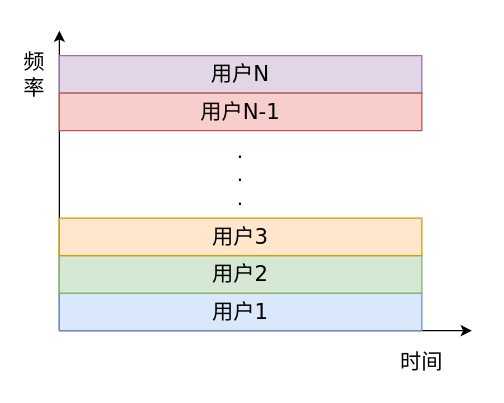
Above: FDMA.drawio in xiaotudoudoudoud/pipilu (draw.io), before the change. Source tidied: cells renumbered, new cells numbered last; positions are measured from the earlier drawing's top-left corner, leaving out a move shared by most shapes. Both pictures are drawn from the tidied source at 125%, with x=0, y=0 at pixel (21, 30).
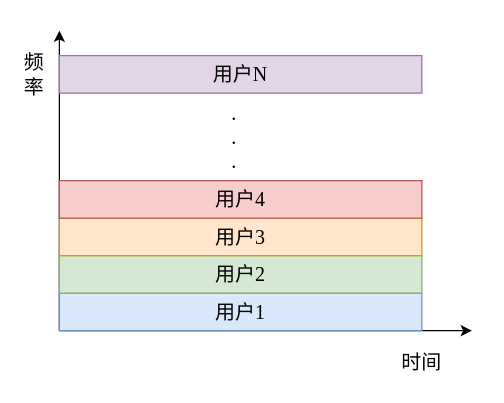
The same diagram, later.

Change to the diagram source:
```diff
@@
 <mxGraphModel>
   <root>
     <mxCell id="0" />
     <mxCell id="1" parent="0" />
     <mxCell id="2" style="endArrow=classic;html=1;rounded=0;" parent="1" edge="1">
       <mxGeometry relative="1" as="geometry">
         <mxPoint x="30" y="240" as="sourcePoint" />
         <mxPoint x="360" y="240" as="targetPoint" />
       </mxGeometry>
     </mxCell>
     <mxCell id="3" style="endArrow=classic;html=1;rounded=0;" parent="1" edge="1">
       <mxGeometry relative="1" as="geometry">
         <mxPoint x="30" y="240" as="sourcePoint" />
         <mxPoint x="30" as="targetPoint" />
       </mxGeometry>
     </mxCell>
-    <mxCell id="4" value="&lt;font style=&quot;font-size: 17px;&quot; face=&quot;Verdana&quot;&gt;用户1&lt;/font&gt;" style="rounded=0;whiteSpace=wrap;html=1;fillColor=#dae8fc;strokeColor=#6c8ebf;" parent="1" vertex="1">
+    <mxCell id="4" value="&lt;font style=&quot;font-size: 16px;&quot;&gt;&lt;span style=&quot;font-family: 宋体;&quot;&gt;&lt;font style=&quot;&quot;&gt;用户&lt;/font&gt;&lt;/span&gt;&lt;span style=&quot;font-family: &amp;quot;Times New Roman&amp;quot;; background-color: transparent; color: light-dark(rgb(0, 0, 0), rgb(255, 255, 255));&quot;&gt;1&lt;/span&gt;&lt;/font&gt;" style="rounded=0;whiteSpace=wrap;html=1;fillColor=#dae8fc;strokeColor=#6c8ebf;" parent="1" vertex="1">
       <mxGeometry x="30" y="210" width="290" height="30" as="geometry" />
     </mxCell>
-    <mxCell id="5" value="&lt;span style=&quot;font-family: Verdana; font-size: 17px;&quot;&gt;用户2&lt;/span&gt;" style="rounded=0;whiteSpace=wrap;html=1;fillColor=#d5e8d4;strokeColor=#82b366;" parent="1" vertex="1">
+    <mxCell id="5" value="&lt;span style=&quot;font-size: 16px; font-family: 宋体;&quot;&gt;用户&lt;/span&gt;&lt;span style=&quot;font-size: 16px;&quot;&gt;&lt;font face=&quot;Times New Roman&quot;&gt;2&lt;/font&gt;&lt;/span&gt;" style="rounded=0;whiteSpace=wrap;html=1;fillColor=#d5e8d4;strokeColor=#82b366;" parent="1" vertex="1">
       <mxGeometry x="30" y="180" width="290" height="30" as="geometry" />
     </mxCell>
-    <mxCell id="6" value="&lt;span style=&quot;font-family: Verdana; font-size: 17px;&quot;&gt;用户3&lt;/span&gt;" style="rounded=0;whiteSpace=wrap;html=1;fillColor=#ffe6cc;strokeColor=#d79b00;" parent="1" vertex="1">
+    <mxCell id="6" value="&lt;span style=&quot;font-size: 16px; font-family: 宋体;&quot;&gt;用户&lt;/span&gt;&lt;span style=&quot;font-size: 16px;&quot;&gt;&lt;font face=&quot;Times New Roman&quot;&gt;3&lt;/font&gt;&lt;/span&gt;" style="rounded=0;whiteSpace=wrap;html=1;fillColor=#ffe6cc;strokeColor=#d79b00;" parent="1" vertex="1">
       <mxGeometry x="30" y="150" width="290" height="30" as="geometry" />
     </mxCell>
-    <mxCell id="7" value="&lt;span style=&quot;font-family: Verdana; font-size: 17px;&quot;&gt;用户N&lt;/span&gt;" style="rounded=0;whiteSpace=wrap;html=1;fillColor=#e1d5e7;strokeColor=#9673a6;" parent="1" vertex="1">
+    <mxCell id="7" value="&lt;span style=&quot;font-size: 16px; font-family: 宋体;&quot;&gt;用户&lt;/span&gt;&lt;span style=&quot;font-size: 16px;&quot;&gt;&lt;font face=&quot;Times New Roman&quot;&gt;N&lt;/font&gt;&lt;/span&gt;" style="rounded=0;whiteSpace=wrap;html=1;fillColor=#e1d5e7;strokeColor=#9673a6;" parent="1" vertex="1">
       <mxGeometry x="30" y="20" width="290" height="30" as="geometry" />
     </mxCell>
-    <mxCell id="8" value="&lt;span style=&quot;font-family: Verdana; font-size: 17px;&quot;&gt;用户N-1&lt;/span&gt;" style="rounded=0;whiteSpace=wrap;html=1;fillColor=#f8cecc;strokeColor=#b85450;" parent="1" vertex="1">
-      <mxGeometry x="30" y="50" width="290" height="30" as="geometry" />
+    <mxCell id="8" value="&lt;span style=&quot;font-size: 16px; font-family: 宋体;&quot;&gt;用户&lt;/span&gt;&lt;span style=&quot;font-size: 16px;&quot;&gt;&lt;font face=&quot;Times New Roman&quot;&gt;4&lt;/font&gt;&lt;/span&gt;" style="rounded=0;whiteSpace=wrap;html=1;fillColor=#f8cecc;strokeColor=#b85450;" parent="1" vertex="1">
+      <mxGeometry x="30" y="120" width="290" height="30" as="geometry" />
     </mxCell>
-    <mxCell id="9" value="&lt;font style=&quot;font-size: 16px;&quot; face=&quot;Verdana&quot;&gt;.&lt;/font&gt;&lt;div&gt;&lt;font style=&quot;font-size: 16px;&quot; face=&quot;Verdana&quot;&gt;.&lt;/font&gt;&lt;/div&gt;&lt;div&gt;&lt;font style=&quot;font-size: 16px;&quot; face=&quot;Verdana&quot;&gt;.&lt;/font&gt;&lt;/div&gt;" style="text;html=1;align=center;verticalAlign=middle;whiteSpace=wrap;rounded=0;" parent="1" vertex="1">
-      <mxGeometry x="155" y="90" width="40" height="50" as="geometry" />
+    <mxCell id="9" value="&lt;font face=&quot;Times New Roman&quot; style=&quot;font-size: 16px;&quot;&gt;.&lt;/font&gt;&lt;div&gt;&lt;font face=&quot;Times New Roman&quot; style=&quot;font-size: 16px;&quot;&gt;.&lt;/font&gt;&lt;/div&gt;&lt;div&gt;&lt;font face=&quot;Times New Roman&quot; style=&quot;font-size: 16px;&quot;&gt;.&lt;/font&gt;&lt;/div&gt;" style="text;html=1;align=center;verticalAlign=middle;whiteSpace=wrap;rounded=0;" parent="1" vertex="1">
+      <mxGeometry x="150" y="60" width="40" height="50" as="geometry" />
     </mxCell>
-    <mxCell id="10" value="&lt;font style=&quot;font-size: 17px;&quot; face=&quot;Verdana&quot;&gt;时间&lt;/font&gt;" style="text;html=1;align=center;verticalAlign=middle;whiteSpace=wrap;rounded=0;" parent="1" vertex="1">
+    <mxCell id="10" value="&lt;span style=&quot;font-size: 16px; font-family: 宋体;&quot;&gt;时间&lt;/span&gt;" style="text;html=1;align=center;verticalAlign=middle;whiteSpace=wrap;rounded=0;" parent="1" vertex="1">
       <mxGeometry x="290" y="250" width="60" height="30" as="geometry" />
     </mxCell>
-    <mxCell id="11" value="&lt;font style=&quot;font-size: 17px;&quot; face=&quot;Verdana&quot;&gt;频率&lt;/font&gt;" style="text;html=1;align=center;verticalAlign=middle;whiteSpace=wrap;rounded=0;" parent="1" vertex="1">
+    <mxCell id="11" value="&lt;span style=&quot;font-family: 宋体; font-size: 16px;&quot;&gt;频率&lt;/span&gt;" style="text;html=1;align=center;verticalAlign=middle;whiteSpace=wrap;rounded=0;" parent="1" vertex="1">
       <mxGeometry y="10" width="20" height="50" as="geometry" />
     </mxCell>
   </root>
 </mxGraphModel>
```
